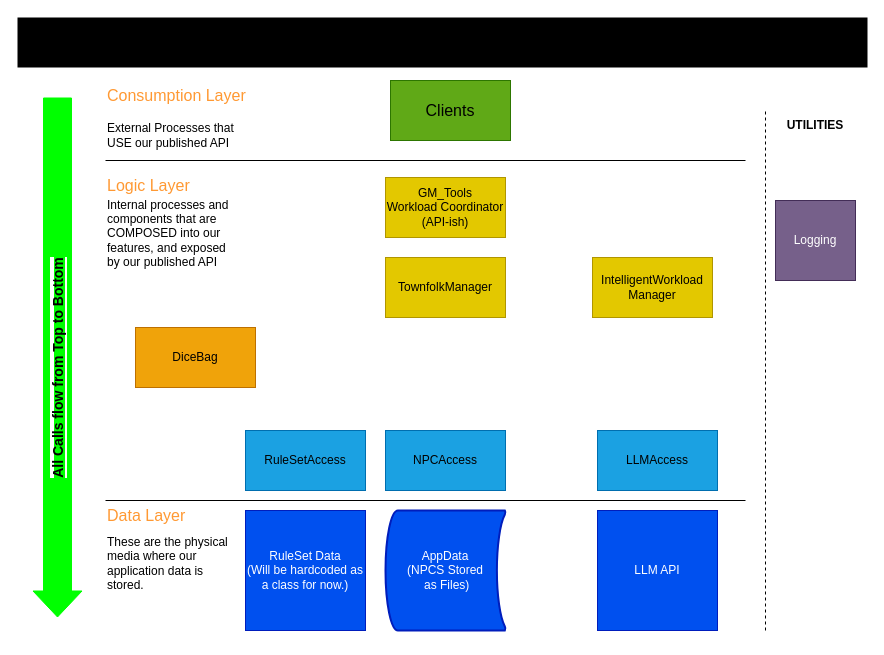
Earlier version of the draw.io diagram doc/images/TownsfolkGen_StaticArch.drawio (ThatDeveloperDad/GM_Tools). Source tidied: cells renumbered, new cells numbered last; positions are measured from the earlier drawing's top-left corner, leaving out a move shared by most shapes. Both pictures are drawn from the tidied source at 100%, with x=0, y=0 at pixel (17, 17).
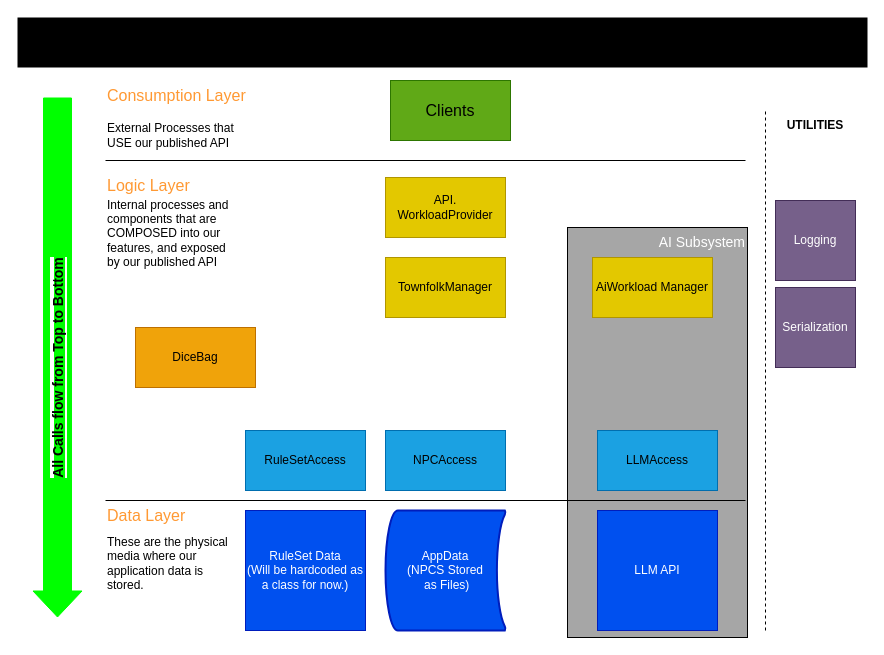
Above is the later version.

Commit message (it also covers changes not shown here):
Adds the LlmAccess component, an AiWorkloadManager, and integrates those with the rest of the system using the WorkloadProvider. #43 #44

The edit, as a diff of the source:
```diff
@@
+    <mxCell id="27" value="AI Subsystem" style="rounded=0;whiteSpace=wrap;html=1;fillColor=#a6a6a6;align=right;verticalAlign=top;fontColor=#FFFFFF;fontSize=14;" parent="1" vertex="1">
+      <mxGeometry x="550" y="210" width="180" height="410" as="geometry" />
+    </mxCell>
@@
-    <mxCell id="24" value="IntelligentWorkload Manager" style="rounded=0;whiteSpace=wrap;html=1;fillColor=#e3c800;fontColor=#000000;strokeColor=#B09500;" parent="1" vertex="1">
+    <mxCell id="24" value="AiWorkload Manager" style="rounded=0;whiteSpace=wrap;html=1;fillColor=#e3c800;fontColor=#000000;strokeColor=#B09500;" parent="1" vertex="1">
       <mxGeometry x="575" y="240" width="120" height="60" as="geometry" />
     </mxCell>
@@
-    <mxCell id="26" value="GM_Tools&lt;br&gt;Workload Coordinator&lt;div&gt;(API-ish)&lt;/div&gt;" style="rounded=0;whiteSpace=wrap;html=1;fillColor=#e3c800;fontColor=#000000;strokeColor=#B09500;" parent="1" vertex="1">
+    <mxCell id="26" value="API.&lt;br&gt;WorkloadProvider" style="rounded=0;whiteSpace=wrap;html=1;fillColor=#e3c800;fontColor=#000000;strokeColor=#B09500;" parent="1" vertex="1">
       <mxGeometry x="368" y="160" width="120" height="60" as="geometry" />
     </mxCell>
+    <mxCell id="28" value="Serialization" style="whiteSpace=wrap;html=1;fillColor=#76608a;fontColor=#ffffff;strokeColor=#432D57;" parent="1" vertex="1">
+      <mxGeometry x="758" y="270" width="80" height="80" as="geometry" />
+    </mxCell>
```
